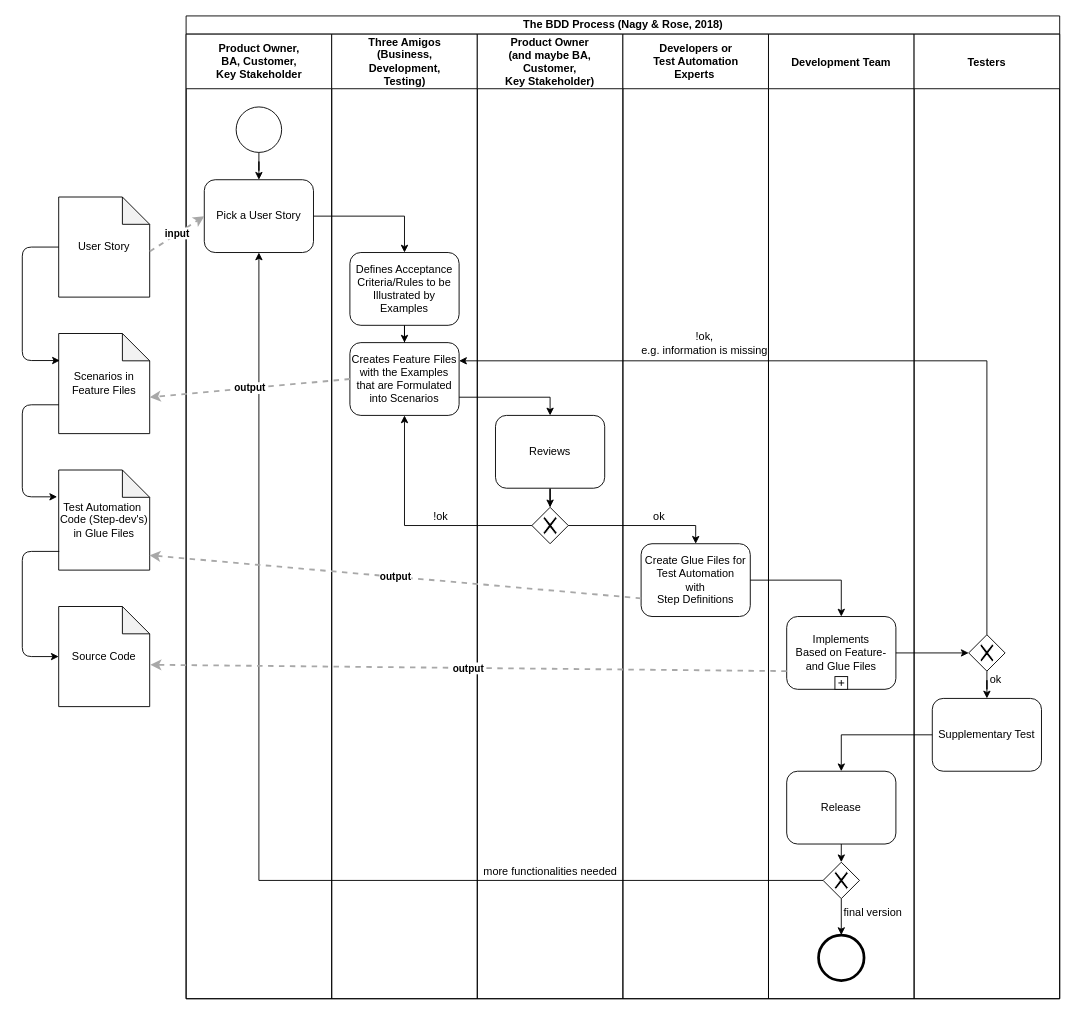
Above: documentation/BDDProcess.drawio in sableu/BDD4OQ (draw.io), before the change. Source tidied: cells renumbered, new cells numbered last; positions are measured from the earlier drawing's top-left corner, leaving out a move shared by most shapes. Both pictures are drawn from the tidied source at 91%, with x=0, y=0 at pixel (-24, 15).
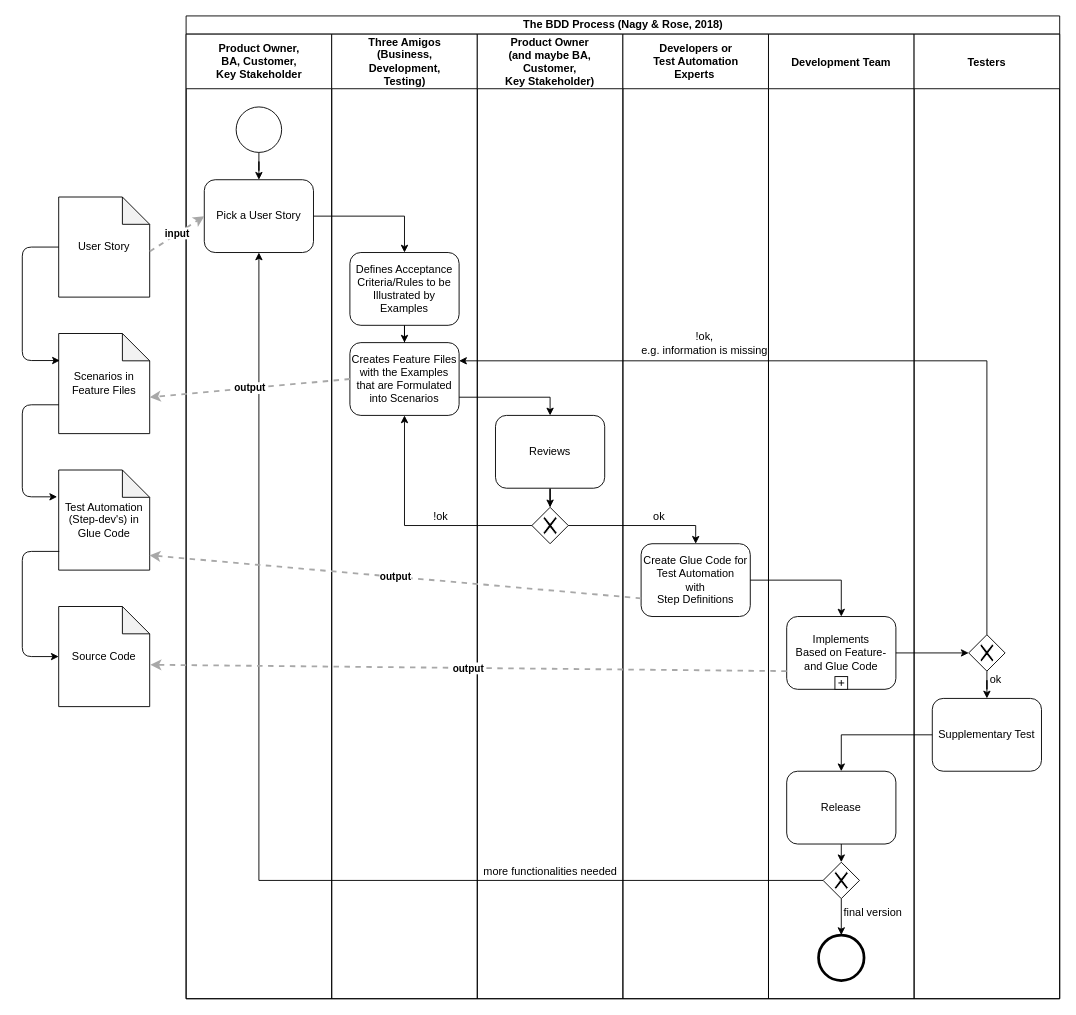
Above is the later version.

Commit message (it also covers changes not shown here):
Some corrections --> Glue File to Glue Code

The change refers to these unchanged cells:
```xml
<mxCell id="21" value="Developers or &lt;br&gt;Test Automation &lt;br&gt;Experts&amp;nbsp;" style="swimlane;html=1;startSize=60;" parent="6" vertex="1">
  <mxGeometry x="480" y="20" width="160" height="1060" as="geometry" />
</mxCell>
<mxCell id="25" value="Development Team" style="swimlane;startSize=60;" parent="6" vertex="1">
  <mxGeometry x="640" y="20" width="160" height="1060" as="geometry" />
</mxCell>
```

What changed in the source:
```diff
@@
-    <mxCell id="4" value="Test Automation&amp;nbsp; Code (Step-dev's) in Glue Files" style="shape=note;whiteSpace=wrap;html=1;backgroundOutline=1;darkOpacity=0.05;" parent="1" vertex="1">
+    <mxCell id="4" value="Test Automation (Step-dev's) in Glue Code" style="shape=note;whiteSpace=wrap;html=1;backgroundOutline=1;darkOpacity=0.05;" parent="1" vertex="1">
       <mxGeometry x="90" y="499" width="100" height="110" as="geometry" />
     </mxCell>
@@
-    <mxCell id="24" value="Create Glue Files for Test Automation&lt;br&gt;with&lt;br&gt;Step Definitions" style="shape=ext;rounded=1;html=1;whiteSpace=wrap;" parent="21" vertex="1">
+    <mxCell id="24" value="Create Glue Code for Test Automation&lt;br&gt;with&lt;br&gt;Step Definitions" style="shape=ext;rounded=1;html=1;whiteSpace=wrap;" parent="21" vertex="1">
       <mxGeometry x="20" y="560" width="120" height="80" as="geometry" />
     </mxCell>
@@
-    <mxCell id="29" value="Implements &lt;br&gt;Based on Feature- and Glue Files" style="html=1;whiteSpace=wrap;rounded=1;" parent="25" vertex="1">
+    <mxCell id="29" value="Implements &lt;br&gt;Based on Feature- and Glue Code" style="html=1;whiteSpace=wrap;rounded=1;" parent="25" vertex="1">
       <mxGeometry x="20" y="640" width="120" height="80" as="geometry" />
     </mxCell>
```
